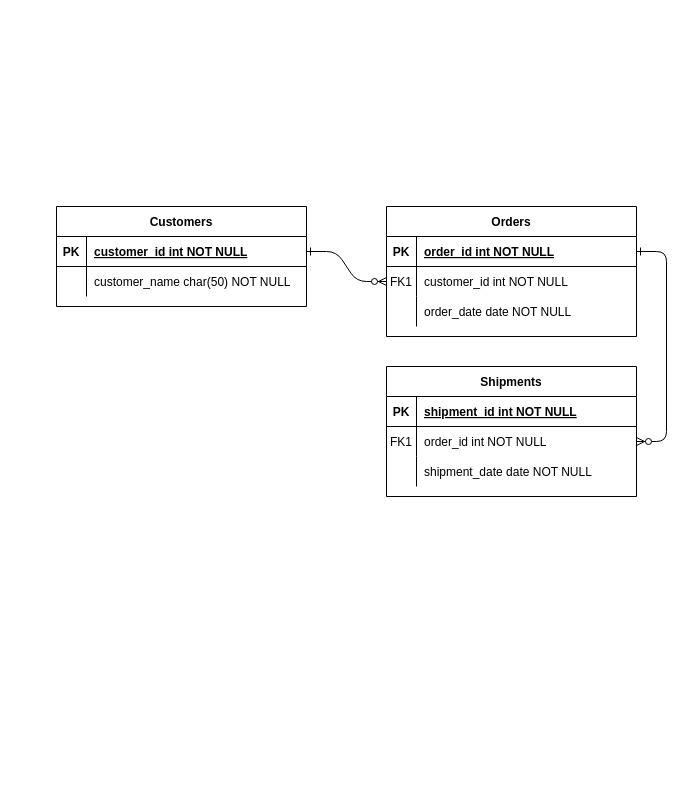
The draw.io diagram DataBase/ERD.drawio in luizfrsantana/FSWDCapstoneProject, before the edit. Source tidied: cells renumbered, new cells numbered last; positions are measured from the earlier drawing's top-left corner, leaving out a move shared by most shapes. Both pictures are drawn from the tidied source at 100%, with x=0, y=0 at pixel (56, 206).
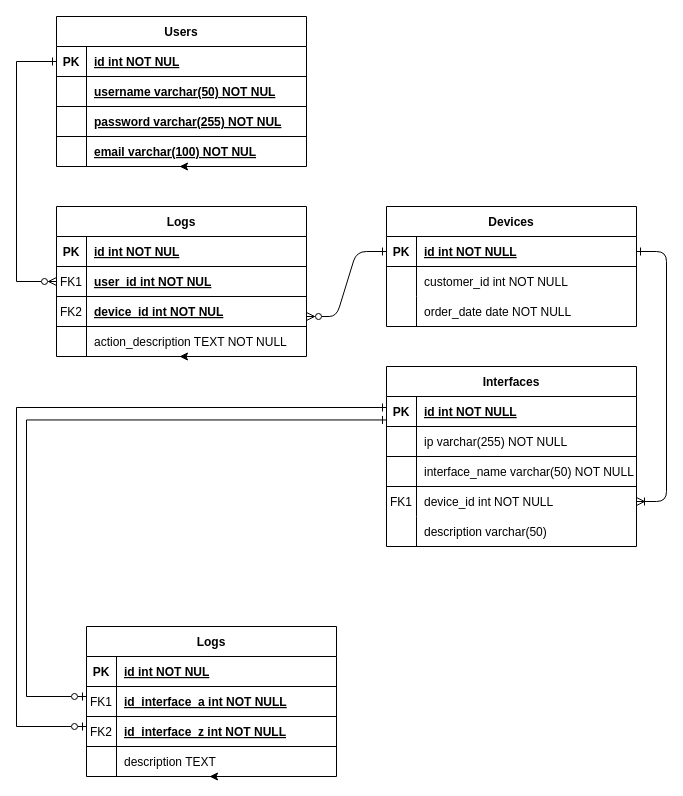
Above is the later version.

The change refers to these unchanged cells:
```xml
<mxCell id="5" style="shape=partialRectangle;fillColor=none;points=[[0,0.5],[1,0.5]];portConstraint=eastwest;top=0;left=0;right=0;bottom=1;" parent="4" vertex="1">
  <mxGeometry y="30" width="250" height="30" as="geometry" />
</mxCell>
<mxCell id="8" style="shape=partialRectangle;fillColor=none;points=[[0,0.5],[1,0.5]];portConstraint=eastwest;top=0;left=0;right=0;bottom=0;" parent="4" vertex="1">
  <mxGeometry y="60" width="250" height="30" as="geometry" />
</mxCell>
<mxCell id="15" style="shape=partialRectangle;fillColor=none;points=[[0,0.5],[1,0.5]];portConstraint=eastwest;top=0;left=0;right=0;bottom=1;" parent="14" vertex="1">
  <mxGeometry y="30" width="250" height="30" as="geometry" />
</mxCell>
<mxCell id="25" style="shape=partialRectangle;fillColor=none;points=[[0,0.5],[1,0.5]];portConstraint=eastwest;top=0;left=0;right=0;bottom=1;" parent="24" vertex="1">
  <mxGeometry y="30" width="250" height="30" as="geometry" />
</mxCell>
```

Change to the diagram source:
```diff
@@
-    <mxCell id="2" style="edgeStyle=entityRelationEdgeStyle;endArrow=ERzeroToMany;startArrow=ERone;endFill=1;startFill=0;" parent="1" edge="1" source="25" target="8">
-      <mxGeometry relative="1" as="geometry" />
+    <mxCell id="2" style="edgeStyle=entityRelationEdgeStyle;endArrow=ERone;startArrow=ERzeroToMany;endFill=0;startFill=0;entryX=0;entryY=0.5;entryDx=0;entryDy=0;exitX=1;exitY=0.5;exitDx=0;exitDy=0;" parent="1" edge="1" target="5">
+      <mxGeometry relative="1" as="geometry">
+        <mxPoint x="250" y="110" as="sourcePoint" />
+      </mxGeometry>
     </mxCell>
-    <mxCell id="3" style="edgeStyle=entityRelationEdgeStyle;endArrow=ERzeroToMany;startArrow=ERone;endFill=1;startFill=0;" parent="1" edge="1" source="5" target="18">
+    <mxCell id="3" style="edgeStyle=entityRelationEdgeStyle;endArrow=ERoneToMany;startArrow=ERone;endFill=0;startFill=0;" parent="1" edge="1" source="5" target="18">
       <mxGeometry relative="1" as="geometry" />
     </mxCell>
-    <mxCell id="4" value="Orders" style="shape=table;startSize=30;childLayout=tableLayout;rowLines=0;fontStyle=1;align=center;" parent="1" vertex="1">
-      <mxGeometry x="330" width="250" height="130" as="geometry" />
+    <mxCell id="4" value="Devices" style="shape=table;startSize=30;childLayout=tableLayout;rowLines=0;fontStyle=1;align=center;" parent="1" vertex="1">
+      <mxGeometry x="330" width="250" height="120" as="geometry" />
     </mxCell>
@@
-    <mxCell id="7" value="order_id int NOT NULL " style="shape=partialRectangle;overflow=hidden;fillColor=none;top=0;left=0;bottom=0;right=0;align=left;spacingLeft=6;fontStyle=5;" parent="5" vertex="1">
+    <mxCell id="7" value="id int NOT NULL" style="shape=partialRectangle;overflow=hidden;fillColor=none;top=0;left=0;bottom=0;right=0;align=left;spacingLeft=6;fontStyle=5;" parent="5" vertex="1">
       <mxGeometry x="30" width="220" height="30" as="geometry" />
     </mxCell>
@@
-    <mxCell id="9" value="FK1" style="shape=partialRectangle;overflow=hidden;fillColor=none;top=0;left=0;bottom=0;right=0;" parent="8" vertex="1">
+    <mxCell id="9" style="shape=partialRectangle;overflow=hidden;fillColor=none;top=0;left=0;bottom=0;right=0;" parent="8" vertex="1">
       <mxGeometry width="30" height="30" as="geometry" />
     </mxCell>
@@
-    <mxCell id="14" value="Shipments" style="shape=table;startSize=30;childLayout=tableLayout;rowLines=0;fontStyle=1;align=center;" parent="1" vertex="1">
-      <mxGeometry x="330" y="160" width="250" height="130" as="geometry" />
+    <mxCell id="14" value="Interfaces" style="shape=table;startSize=30;childLayout=tableLayout;rowLines=0;fontStyle=1;align=center;" parent="1" vertex="1">
+      <mxGeometry x="330" y="160" width="250" height="180" as="geometry" />
     </mxCell>
@@
-    <mxCell id="17" value="shipment_id int NOT NULL " style="shape=partialRectangle;overflow=hidden;fillColor=none;top=0;left=0;bottom=0;right=0;align=left;spacingLeft=6;fontStyle=5;" parent="15" vertex="1">
+    <mxCell id="17" value="id int NOT NULL " style="shape=partialRectangle;overflow=hidden;fillColor=none;top=0;left=0;bottom=0;right=0;align=left;spacingLeft=6;fontStyle=5;" parent="15" vertex="1">
       <mxGeometry x="30" width="220" height="30" as="geometry" />
     </mxCell>
+    <mxCell id="31" style="shape=partialRectangle;fillColor=none;top=0;left=0;right=0;bottom=1;" parent="14" vertex="1">
+      <mxGeometry y="60" width="250" height="30" as="geometry" />
+    </mxCell>
+    <mxCell id="32" style="shape=partialRectangle;overflow=hidden;fillColor=none;top=0;left=0;bottom=0;right=0;fontStyle=1;" parent="31" vertex="1">
+      <mxGeometry width="30" height="30" as="geometry" />
+    </mxCell>
+    <mxCell id="33" style="shape=partialRectangle;overflow=hidden;fillColor=none;top=0;left=0;bottom=0;right=0;align=left;spacingLeft=6;fontStyle=5;" parent="31" vertex="1">
+      <mxGeometry x="30" width="220" height="30" as="geometry" />
+    </mxCell>
+    <mxCell id="34" style="shape=partialRectangle;fillColor=none;top=0;left=0;right=0;bottom=1;" parent="14" vertex="1">
+      <mxGeometry y="90" width="250" height="30" as="geometry" />
+    </mxCell>
+    <mxCell id="35" style="shape=partialRectangle;overflow=hidden;fillColor=none;top=0;left=0;bottom=0;right=0;fontStyle=1;" parent="34" vertex="1">
+      <mxGeometry width="30" height="30" as="geometry" />
+    </mxCell>
+    <mxCell id="36" style="shape=partialRectangle;overflow=hidden;fillColor=none;top=0;left=0;bottom=0;right=0;align=left;spacingLeft=6;fontStyle=5;" parent="34" vertex="1">
+      <mxGeometry x="30" width="220" height="30" as="geometry" />
+    </mxCell>
     <mxCell id="18" style="shape=partialRectangle;fillColor=none;points=[[0,0.5],[1,0.5]];portConstraint=eastwest;top=0;left=0;right=0;bottom=0;" parent="14" vertex="1">
-      <mxGeometry y="60" width="250" height="30" as="geometry" />
+      <mxGeometry y="120" width="250" height="30" as="geometry" />
     </mxCell>
@@
-    <mxCell id="20" value="order_id int NOT NULL" style="shape=partialRectangle;overflow=hidden;fillColor=none;top=0;left=0;bottom=0;right=0;align=left;spacingLeft=6;" parent="18" vertex="1">
+    <mxCell id="20" value="device_id int NOT NULL" style="shape=partialRectangle;overflow=hidden;fillColor=none;top=0;left=0;bottom=0;right=0;align=left;spacingLeft=6;" parent="18" vertex="1">
       <mxGeometry x="30" width="220" height="30" as="geometry" />
     </mxCell>
-    <mxCell id="21" style="shape=partialRectangle;fillColor=none;top=0;left=0;right=0;bottom=0;" parent="14" vertex="1">
-      <mxGeometry y="90" width="250" height="30" as="geometry" />
-    </mxCell>
-    <mxCell id="22" style="shape=partialRectangle;overflow=hidden;fillColor=none;top=0;left=0;bottom=0;right=0;" parent="21" vertex="1">
-      <mxGeometry width="30" height="30" as="geometry" />
-    </mxCell>
-    <mxCell id="23" value="shipment_date date NOT NULL" style="shape=partialRectangle;overflow=hidden;fillColor=none;top=0;left=0;bottom=0;right=0;align=left;spacingLeft=6;" parent="21" vertex="1">
-      <mxGeometry x="30" width="220" height="30" as="geometry" />
-    </mxCell>
+    <mxCell id="37" style="shape=partialRectangle;fillColor=none;top=0;left=0;right=0;bottom=0;" parent="14" vertex="1">
+      <mxGeometry y="150" width="250" height="30" as="geometry" />
+    </mxCell>
+    <mxCell id="38" style="shape=partialRectangle;overflow=hidden;fillColor=none;top=0;left=0;bottom=0;right=0;" parent="37" vertex="1">
+      <mxGeometry width="30" height="30" as="geometry" />
+    </mxCell>
+    <mxCell id="39" style="shape=partialRectangle;overflow=hidden;fillColor=none;top=0;left=0;bottom=0;right=0;align=left;spacingLeft=6;perimeterSpacing=0;strokeColor=default;" parent="37" vertex="1">
+      <mxGeometry x="30" width="220" height="30" as="geometry" />
+    </mxCell>
-    <mxCell id="24" value="Customers" style="shape=table;startSize=30;childLayout=tableLayout;rowLines=0;fontStyle=1;align=center;" parent="1" vertex="1">
-      <mxGeometry width="250" height="100" as="geometry" />
+    <mxCell id="24" value="Logs" style="shape=table;startSize=30;childLayout=tableLayout;rowLines=0;fontStyle=1;align=center;" parent="1" vertex="1">
+      <mxGeometry width="250" height="150" as="geometry" />
     </mxCell>
@@
-    <mxCell id="27" value="customer_id int NOT NULL " style="shape=partialRectangle;overflow=hidden;fillColor=none;top=0;left=0;bottom=0;right=0;align=left;spacingLeft=6;fontStyle=5;" parent="25" vertex="1">
+    <mxCell id="27" value="id int NOT NUL" style="shape=partialRectangle;overflow=hidden;fillColor=none;top=0;left=0;bottom=0;right=0;align=left;spacingLeft=6;fontStyle=5;" parent="25" vertex="1">
       <mxGeometry x="30" width="220" height="30" as="geometry" />
     </mxCell>
+    <mxCell id="40" style="shape=partialRectangle;fillColor=none;top=0;left=0;right=0;bottom=1;" parent="24" vertex="1">
+      <mxGeometry y="60" width="250" height="30" as="geometry" />
+    </mxCell>
+    <mxCell id="41" style="shape=partialRectangle;overflow=hidden;fillColor=none;top=0;left=0;bottom=0;right=0;fontStyle=1;" parent="40" vertex="1">
+      <mxGeometry width="30" height="30" as="geometry" />
+    </mxCell>
+    <mxCell id="42" value="user_id int NOT NUL" style="shape=partialRectangle;overflow=hidden;fillColor=none;top=0;left=0;bottom=0;right=0;align=left;spacingLeft=6;fontStyle=5;" parent="40" vertex="1">
+      <mxGeometry x="30" width="220" height="30" as="geometry" />
+    </mxCell>
+    <mxCell id="43" style="shape=partialRectangle;fillColor=none;top=0;left=0;right=0;bottom=1;" parent="24" vertex="1">
+      <mxGeometry y="90" width="250" height="30" as="geometry" />
+    </mxCell>
+    <mxCell id="44" style="shape=partialRectangle;overflow=hidden;fillColor=none;top=0;left=0;bottom=0;right=0;fontStyle=1;" parent="43" vertex="1">
+      <mxGeometry width="30" height="30" as="geometry" />
+    </mxCell>
+    <mxCell id="45" style="shape=partialRectangle;overflow=hidden;fillColor=none;top=0;left=0;bottom=0;right=0;align=left;spacingLeft=6;fontStyle=5;" parent="43" vertex="1">
+      <mxGeometry x="30" width="220" height="30" as="geometry" />
+    </mxCell>
     <mxCell id="28" style="shape=partialRectangle;fillColor=none;points=[[0,0.5],[1,0.5]];portConstraint=eastwest;top=0;left=0;right=0;bottom=0;" parent="24" vertex="1">
-      <mxGeometry y="60" width="250" height="30" as="geometry" />
+      <mxGeometry y="120" width="250" height="30" as="geometry" />
     </mxCell>
@@
-    <mxCell id="30" value="customer_name char(50) NOT NULL" style="shape=partialRectangle;overflow=hidden;fillColor=none;top=0;left=0;bottom=0;right=0;align=left;spacingLeft=6;" parent="28" vertex="1">
+    <mxCell id="30" value="action_description TEXT NOT NULL" style="shape=partialRectangle;overflow=hidden;fillColor=none;top=0;left=0;bottom=0;right=0;align=left;spacingLeft=6;" parent="28" vertex="1">
       <mxGeometry x="30" width="220" height="30" as="geometry" />
     </mxCell>
+    <mxCell id="46" style="edgeStyle=orthogonalEdgeStyle;rounded=0;jettySize=auto;html=1;exitX=0.5;exitY=1;exitDx=0;exitDy=0;entryX=0.492;entryY=1.033;entryDx=0;entryDy=0;entryPerimeter=0;" parent="24" edge="1" source="24" target="28">
+      <mxGeometry relative="1" as="geometry" />
+    </mxCell>
+    <mxCell id="47" value="FK1" style="shape=partialRectangle;overflow=hidden;fillColor=none;top=0;left=0;bottom=0;right=0;" parent="1" vertex="1">
+      <mxGeometry y="60" width="30" height="30" as="geometry" />
+    </mxCell>
+    <mxCell id="48" value="FK2" style="shape=partialRectangle;overflow=hidden;fillColor=none;top=0;left=0;bottom=0;right=0;" parent="1" vertex="1">
+      <mxGeometry y="90" width="30" height="30" as="geometry" />
+    </mxCell>
+    <mxCell id="49" value="device_id int NOT NUL" style="shape=partialRectangle;overflow=hidden;fillColor=none;top=0;left=0;bottom=0;right=0;align=left;spacingLeft=6;fontStyle=5;" parent="1" vertex="1">
+      <mxGeometry x="30" y="90" width="220" height="30" as="geometry" />
+    </mxCell>
+    <mxCell id="50" value="Users" style="shape=table;startSize=30;childLayout=tableLayout;rowLines=0;fontStyle=1;align=center;" parent="1" vertex="1">
+      <mxGeometry y="-190" width="250" height="150" as="geometry" />
+    </mxCell>
+    <mxCell id="51" style="shape=partialRectangle;fillColor=none;points=[[0,0.5],[1,0.5]];portConstraint=eastwest;top=0;left=0;right=0;bottom=1;" parent="50" vertex="1">
+      <mxGeometry y="30" width="250" height="30" as="geometry" />
+    </mxCell>
+    <mxCell id="52" value="PK" style="shape=partialRectangle;overflow=hidden;fillColor=none;top=0;left=0;bottom=0;right=0;fontStyle=1;" parent="51" vertex="1">
+      <mxGeometry width="30" height="30" as="geometry" />
+    </mxCell>
+    <mxCell id="53" value="id int NOT NUL" style="shape=partialRectangle;overflow=hidden;fillColor=none;top=0;left=0;bottom=0;right=0;align=left;spacingLeft=6;fontStyle=5;" parent="51" vertex="1">
+      <mxGeometry x="30" width="220" height="30" as="geometry" />
+    </mxCell>
+    <mxCell id="54" style="shape=partialRectangle;fillColor=none;top=0;left=0;right=0;bottom=1;" parent="50" vertex="1">
+      <mxGeometry y="60" width="250" height="30" as="geometry" />
+    </mxCell>
+    <mxCell id="55" style="shape=partialRectangle;overflow=hidden;fillColor=none;top=0;left=0;bottom=0;right=0;fontStyle=1;" parent="54" vertex="1">
+      <mxGeometry width="30" height="30" as="geometry" />
+    </mxCell>
+    <mxCell id="56" value="username varchar(50) NOT NUL" style="shape=partialRectangle;overflow=hidden;fillColor=none;top=0;left=0;bottom=0;right=0;align=left;spacingLeft=6;fontStyle=5;" parent="54" vertex="1">
+      <mxGeometry x="30" width="220" height="30" as="geometry" />
+    </mxCell>
+    <mxCell id="57" style="shape=partialRectangle;fillColor=none;top=0;left=0;right=0;bottom=1;" parent="50" vertex="1">
+      <mxGeometry y="90" width="250" height="30" as="geometry" />
+    </mxCell>
+    <mxCell id="58" style="shape=partialRectangle;overflow=hidden;fillColor=none;top=0;left=0;bottom=0;right=0;fontStyle=1;" parent="57" vertex="1">
+      <mxGeometry width="30" height="30" as="geometry" />
+    </mxCell>
+    <mxCell id="59" style="shape=partialRectangle;overflow=hidden;fillColor=none;top=0;left=0;bottom=0;right=0;align=left;spacingLeft=6;fontStyle=5;" parent="57" vertex="1">
+      <mxGeometry x="30" width="220" height="30" as="geometry" />
+    </mxCell>
+    <mxCell id="60" style="shape=partialRectangle;fillColor=none;points=[[0,0.5],[1,0.5]];portConstraint=eastwest;top=0;left=0;right=0;bottom=0;" parent="50" vertex="1">
+      <mxGeometry y="120" width="250" height="30" as="geometry" />
+    </mxCell>
+    <mxCell id="61" style="shape=partialRectangle;overflow=hidden;fillColor=none;top=0;left=0;bottom=0;right=0;" parent="60" vertex="1">
+      <mxGeometry width="30" height="30" as="geometry" />
+    </mxCell>
+    <mxCell id="62" style="shape=partialRectangle;overflow=hidden;fillColor=none;top=0;left=0;bottom=0;right=0;align=left;spacingLeft=6;" parent="60" vertex="1">
+      <mxGeometry x="30" width="220" height="30" as="geometry" />
+    </mxCell>
+    <mxCell id="63" style="edgeStyle=orthogonalEdgeStyle;rounded=0;jettySize=auto;html=1;exitX=0.5;exitY=1;exitDx=0;exitDy=0;entryX=0.492;entryY=1.033;entryDx=0;entryDy=0;entryPerimeter=0;" parent="50" edge="1" source="50" target="60">
+      <mxGeometry relative="1" as="geometry" />
+    </mxCell>
+    <mxCell id="64" value="password varchar(255) NOT NUL" style="shape=partialRectangle;overflow=hidden;fillColor=none;top=0;left=0;bottom=0;right=0;align=left;spacingLeft=6;fontStyle=5;" parent="1" vertex="1">
+      <mxGeometry x="30" y="-100" width="220" height="30" as="geometry" />
+    </mxCell>
+    <mxCell id="65" value="email varchar(100) NOT NUL" style="shape=partialRectangle;overflow=hidden;fillColor=none;top=0;left=0;bottom=0;right=0;align=left;spacingLeft=6;fontStyle=5;" parent="1" vertex="1">
+      <mxGeometry x="30" y="-70" width="220" height="30" as="geometry" />
+    </mxCell>
+    <mxCell id="66" style="edgeStyle=elbowEdgeStyle;rounded=0;jettySize=auto;html=1;exitX=0;exitY=0.5;exitDx=0;exitDy=0;startArrow=ERone;startFill=0;endArrow=ERzeroToMany;endFill=0;" parent="1" edge="1" source="51">
+      <mxGeometry relative="1" as="geometry">
+        <mxPoint y="75" as="targetPoint" />
+        <Array as="points">
+          <mxPoint x="-40" y="-25" />
+        </Array>
+      </mxGeometry>
+    </mxCell>
+    <mxCell id="67" value="interface_name varchar(50) NOT NULL " style="shape=partialRectangle;overflow=hidden;fillColor=none;top=0;left=0;bottom=0;right=0;align=left;spacingLeft=6;" parent="1" vertex="1">
+      <mxGeometry x="360" y="250" width="220" height="30" as="geometry" />
+    </mxCell>
+    <mxCell id="68" value="ip varchar(255) NOT NULL" style="shape=partialRectangle;overflow=hidden;fillColor=none;top=0;left=0;bottom=0;right=0;align=left;spacingLeft=6;" parent="1" vertex="1">
+      <mxGeometry x="360" y="220" width="220" height="30" as="geometry" />
+    </mxCell>
+    <mxCell id="69" value="description varchar(50) " style="shape=partialRectangle;overflow=hidden;fillColor=none;top=0;left=0;bottom=0;right=0;align=left;spacingLeft=6;" parent="1" vertex="1">
+      <mxGeometry x="360" y="310" width="220" height="30" as="geometry" />
+    </mxCell>
+    <mxCell id="70" value="Logs" style="shape=table;startSize=30;childLayout=tableLayout;rowLines=0;fontStyle=1;align=center;" parent="1" vertex="1">
+      <mxGeometry x="30" y="420" width="250" height="150" as="geometry" />
+    </mxCell>
+    <mxCell id="71" style="shape=partialRectangle;fillColor=none;top=0;left=0;right=0;bottom=1;" parent="70" vertex="1">
+      <mxGeometry y="30" width="250" height="30" as="geometry" />
+    </mxCell>
+    <mxCell id="72" value="PK" style="shape=partialRectangle;overflow=hidden;fillColor=none;top=0;left=0;bottom=0;right=0;fontStyle=1;" parent="71" vertex="1">
+      <mxGeometry width="30" height="30" as="geometry" />
+    </mxCell>
+    <mxCell id="73" value="id int NOT NUL" style="shape=partialRectangle;overflow=hidden;fillColor=none;top=0;left=0;bottom=0;right=0;align=left;spacingLeft=6;fontStyle=5;" parent="71" vertex="1">
+      <mxGeometry x="30" width="220" height="30" as="geometry" />
+    </mxCell>
+    <mxCell id="74" style="shape=partialRectangle;fillColor=none;top=0;left=0;right=0;bottom=1;" parent="70" vertex="1">
+      <mxGeometry y="60" width="250" height="30" as="geometry" />
+    </mxCell>
+    <mxCell id="75" style="shape=partialRectangle;overflow=hidden;fillColor=none;top=0;left=0;bottom=0;right=0;fontStyle=1;" parent="74" vertex="1">
+      <mxGeometry width="30" height="30" as="geometry" />
+    </mxCell>
+    <mxCell id="76" value="id_interface_a int NOT NULL" style="shape=partialRectangle;overflow=hidden;fillColor=none;top=0;left=0;bottom=0;right=0;align=left;spacingLeft=6;fontStyle=5;" parent="74" vertex="1">
+      <mxGeometry x="30" width="220" height="30" as="geometry" />
+    </mxCell>
+    <mxCell id="77" style="shape=partialRectangle;fillColor=none;top=0;left=0;right=0;bottom=1;" parent="70" vertex="1">
+      <mxGeometry y="90" width="250" height="30" as="geometry" />
+    </mxCell>
+    <mxCell id="78" style="shape=partialRectangle;overflow=hidden;fillColor=none;top=0;left=0;bottom=0;right=0;fontStyle=1;" parent="77" vertex="1">
+      <mxGeometry width="30" height="30" as="geometry" />
+    </mxCell>
+    <mxCell id="79" style="shape=partialRectangle;overflow=hidden;fillColor=none;top=0;left=0;bottom=0;right=0;align=left;spacingLeft=6;fontStyle=5;" parent="77" vertex="1">
+      <mxGeometry x="30" width="220" height="30" as="geometry" />
+    </mxCell>
+    <mxCell id="80" style="shape=partialRectangle;fillColor=none;points=[[0,0.5],[1,0.5]];portConstraint=eastwest;top=0;left=0;right=0;bottom=0;" parent="70" vertex="1">
+      <mxGeometry y="120" width="250" height="30" as="geometry" />
+    </mxCell>
+    <mxCell id="81" style="shape=partialRectangle;overflow=hidden;fillColor=none;top=0;left=0;bottom=0;right=0;" parent="80" vertex="1">
+      <mxGeometry width="30" height="30" as="geometry" />
+    </mxCell>
+    <mxCell id="82" value="description TEXT " style="shape=partialRectangle;overflow=hidden;fillColor=none;top=0;left=0;bottom=0;right=0;align=left;spacingLeft=6;" parent="80" vertex="1">
+      <mxGeometry x="30" width="220" height="30" as="geometry" />
+    </mxCell>
+    <mxCell id="83" style="edgeStyle=orthogonalEdgeStyle;rounded=0;jettySize=auto;html=1;exitX=0.5;exitY=1;exitDx=0;exitDy=0;entryX=0.492;entryY=1.033;entryDx=0;entryDy=0;entryPerimeter=0;" parent="70" edge="1" source="70" target="80">
+      <mxGeometry relative="1" as="geometry" />
+    </mxCell>
+    <mxCell id="84" value="FK1" style="shape=partialRectangle;overflow=hidden;fillColor=none;top=0;left=0;bottom=0;right=0;" parent="1" vertex="1">
+      <mxGeometry x="30" y="480" width="30" height="30" as="geometry" />
+    </mxCell>
+    <mxCell id="85" value="FK2" style="shape=partialRectangle;overflow=hidden;fillColor=none;top=0;left=0;bottom=0;right=0;" parent="1" vertex="1">
+      <mxGeometry x="30" y="510" width="30" height="30" as="geometry" />
+    </mxCell>
+    <mxCell id="86" value="id_interface_z int NOT NULL" style="shape=partialRectangle;overflow=hidden;fillColor=none;top=0;left=0;bottom=0;right=0;align=left;spacingLeft=6;fontStyle=5;" parent="1" vertex="1">
+      <mxGeometry x="60" y="510" width="220" height="30" as="geometry" />
+    </mxCell>
+    <mxCell id="87" style="edgeStyle=elbowEdgeStyle;rounded=0;orthogonalLoop=1;jettySize=auto;html=1;startArrow=ERone;startFill=0;endArrow=ERzeroToOne;endFill=0;" parent="1" edge="1">
+      <mxGeometry relative="1" as="geometry">
+        <mxPoint x="330" y="201" as="sourcePoint" />
+        <mxPoint x="30" y="520" as="targetPoint" />
+        <Array as="points">
+          <mxPoint x="-40" y="350" />
+        </Array>
+      </mxGeometry>
+    </mxCell>
+    <mxCell id="88" style="edgeStyle=elbowEdgeStyle;rounded=0;jettySize=auto;html=1;exitX=0;exitY=0.782;exitDx=0;exitDy=0;startArrow=ERone;startFill=0;endArrow=ERzeroToOne;endFill=0;exitPerimeter=0;" parent="1" edge="1" source="15">
+      <mxGeometry relative="1" as="geometry">
+        <mxPoint x="30" y="490" as="targetPoint" />
+        <Array as="points">
+          <mxPoint x="-30" y="360" />
+        </Array>
+      </mxGeometry>
+    </mxCell>
```
